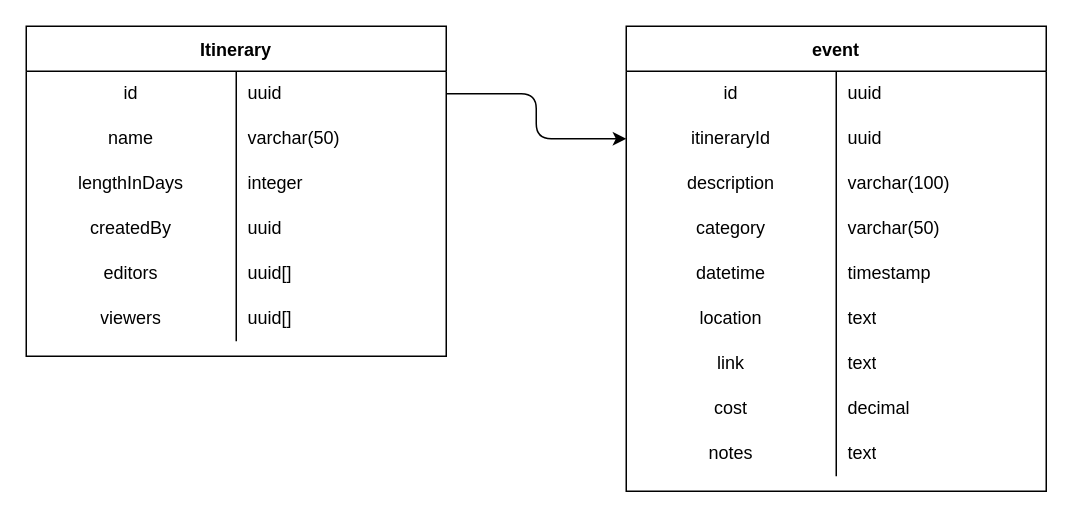
Deadman-Ventures/thespot keeps this draw.io diagram as design/db_schema.drawio. Above is the earlier version. Source tidied: cells renumbered, new cells numbered last; positions are measured from the earlier drawing's top-left corner, leaving out a move shared by most shapes. Both pictures are drawn from the tidied source at 150%, with x=0, y=0 at pixel (26, 26).
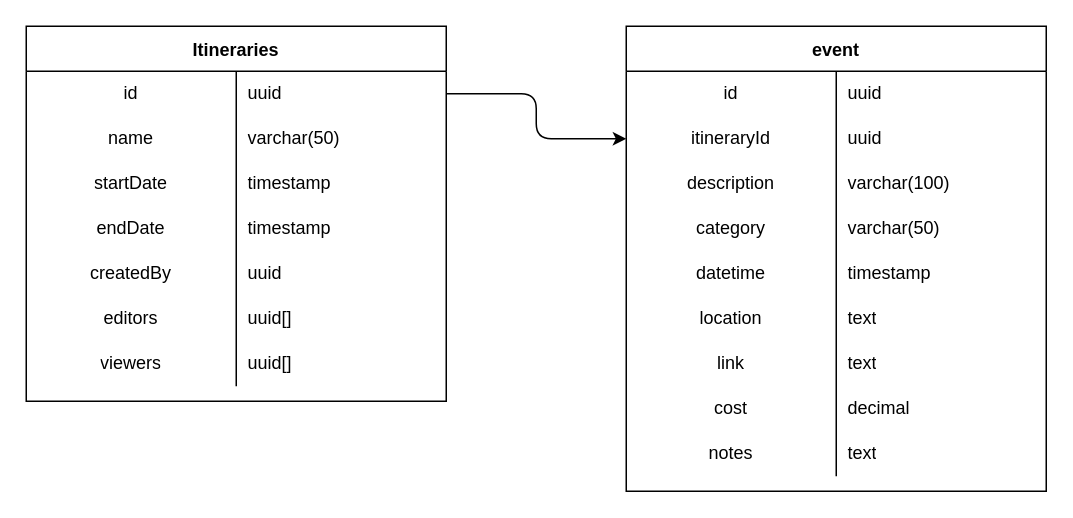
The same page after the edit.

The change refers to these unchanged cells:
```xml
<mxCell id="9" style="shape=tableRow;horizontal=0;startSize=0;swimlaneHead=0;swimlaneBody=0;top=0;left=0;bottom=0;right=0;fillColor=none;" parent="2" vertex="1">
  <mxGeometry y="90" width="280" height="30" as="geometry" />
</mxCell>
```

Change to the diagram source:
```diff
@@
-    <mxCell id="2" value="Itinerary" style="shape=table;startSize=30;childLayout=tableLayout;rowLines=0;fontStyle=1;" parent="1" vertex="1">
-      <mxGeometry width="280" height="220" as="geometry" />
+    <mxCell id="2" value="Itineraries" style="shape=table;startSize=30;childLayout=tableLayout;rowLines=0;fontStyle=1;" parent="1" vertex="1">
+      <mxGeometry width="280" height="250" as="geometry" />
     </mxCell>
@@
-    <mxCell id="10" value="lengthInDays" style="shape=partialRectangle;html=1;whiteSpace=wrap;fillColor=none;top=0;left=0;bottom=0;right=0;overflow=hidden;" parent="9" vertex="1">
+    <mxCell id="10" value="startDate" style="shape=partialRectangle;html=1;whiteSpace=wrap;fillColor=none;top=0;left=0;bottom=0;right=0;overflow=hidden;" parent="9" vertex="1">
       <mxGeometry width="140" height="30" as="geometry" />
     </mxCell>
-    <mxCell id="11" value="integer" style="shape=partialRectangle;html=1;whiteSpace=wrap;fillColor=none;top=0;left=0;bottom=0;right=0;align=left;spacingLeft=6;overflow=hidden;" parent="9" vertex="1">
+    <mxCell id="11" value="timestamp" style="shape=partialRectangle;html=1;whiteSpace=wrap;fillColor=none;top=0;left=0;bottom=0;right=0;align=left;spacingLeft=6;overflow=hidden;" parent="9" vertex="1">
       <mxGeometry x="140" width="140" height="30" as="geometry" />
     </mxCell>
+    <mxCell id="50" style="shape=tableRow;horizontal=0;startSize=0;swimlaneHead=0;swimlaneBody=0;top=0;left=0;bottom=0;right=0;fillColor=none;" parent="2" vertex="1">
+      <mxGeometry y="120" width="280" height="30" as="geometry" />
+    </mxCell>
+    <mxCell id="51" value="endDate" style="shape=partialRectangle;html=1;whiteSpace=wrap;fillColor=none;top=0;left=0;bottom=0;right=0;overflow=hidden;" parent="50" vertex="1">
+      <mxGeometry width="140" height="30" as="geometry" />
+    </mxCell>
+    <mxCell id="52" value="timestamp" style="shape=partialRectangle;html=1;whiteSpace=wrap;fillColor=none;top=0;left=0;bottom=0;right=0;align=left;spacingLeft=6;overflow=hidden;" parent="50" vertex="1">
+      <mxGeometry x="140" width="140" height="30" as="geometry" />
+    </mxCell>
     <mxCell id="12" style="shape=tableRow;horizontal=0;startSize=0;swimlaneHead=0;swimlaneBody=0;top=0;left=0;bottom=0;right=0;fillColor=none;" parent="2" vertex="1">
-      <mxGeometry y="120" width="280" height="30" as="geometry" />
+      <mxGeometry y="150" width="280" height="30" as="geometry" />
     </mxCell>
@@
     <mxCell id="15" style="shape=tableRow;horizontal=0;startSize=0;swimlaneHead=0;swimlaneBody=0;top=0;left=0;bottom=0;right=0;fillColor=none;" parent="2" vertex="1">
-      <mxGeometry y="150" width="280" height="30" as="geometry" />
+      <mxGeometry y="180" width="280" height="30" as="geometry" />
     </mxCell>
@@
     <mxCell id="18" style="shape=tableRow;horizontal=0;startSize=0;swimlaneHead=0;swimlaneBody=0;top=0;left=0;bottom=0;right=0;fillColor=none;" parent="2" vertex="1">
-      <mxGeometry y="180" width="280" height="30" as="geometry" />
+      <mxGeometry y="210" width="280" height="30" as="geometry" />
     </mxCell>
```
